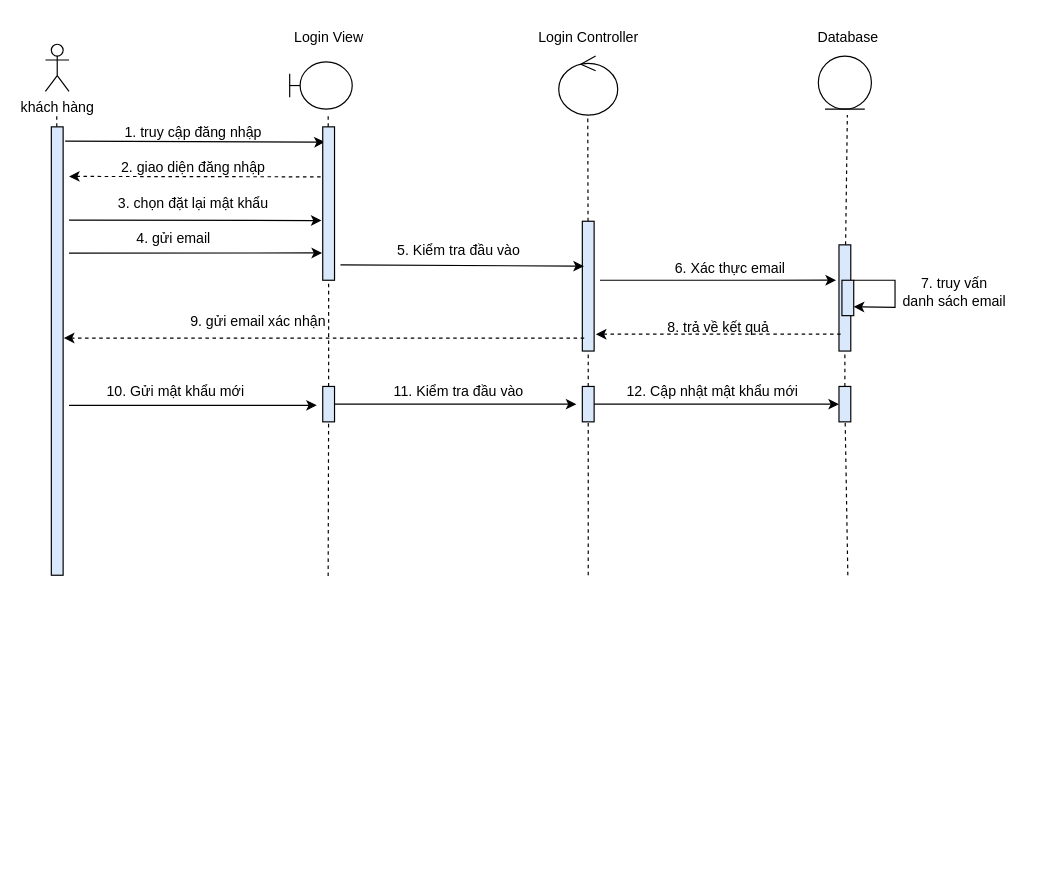
This is Nam3_HK1/CNPM_SoftTech/Sequence Diagrams/Quân Huỳnh/SD_QuênMậtKhẩu.drawio from EdgarIgnite16/SGU-Course, a draw.io file, before an edit. Source tidied: cells renumbered, new cells numbered last; positions are measured from the earlier drawing's top-left corner, leaving out a move shared by most shapes. Both pictures are drawn from the tidied source at 118%, with x=0, y=0 at pixel (45, 20).
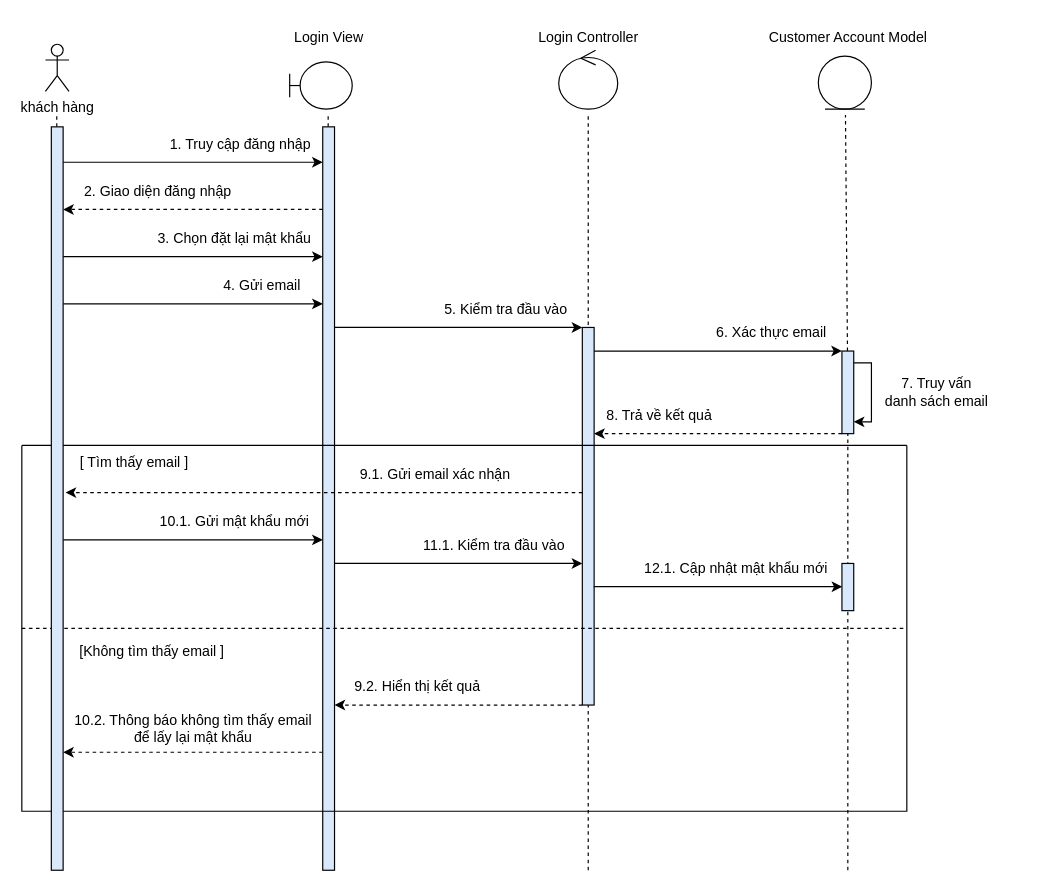
The same page after the edit.

The edit, as a diff of the source:
```diff
@@
-    <mxCell id="2" style="endArrow=none;dashed=1;html=1;rounded=0;startArrow=none;" parent="1" edge="1" target="22">
-      <mxGeometry relative="1" as="geometry">
-        <mxPoint x="240" y="280" as="sourcePoint" />
-      </mxGeometry>
-    </mxCell>
@@
-    <mxCell id="6" style="endArrow=none;dashed=1;html=1;rounded=0;startArrow=none;" parent="1" edge="1" source="11">
+    <mxCell id="6" style="endArrow=none;dashed=1;html=1;rounded=0;startArrow=none;" parent="1" edge="1">
       <mxGeometry relative="1" as="geometry">
-        <mxPoint x="459.6" y="79.3" as="targetPoint" />
+        <mxPoint x="460" y="720" as="sourcePoint" />
+        <mxPoint x="460" y="80" as="targetPoint" />
       </mxGeometry>
     </mxCell>
     <mxCell id="7" style="endArrow=none;dashed=1;html=1;rounded=0;startArrow=none;" parent="1" edge="1" source="14">
       <mxGeometry relative="1" as="geometry">
-        <mxPoint x="679.6" y="80" as="targetPoint" />
+        <mxPoint x="678" y="80" as="targetPoint" />
       </mxGeometry>
     </mxCell>
-    <mxCell id="8" style="rounded=0;whiteSpace=wrap;html=1;fillColor=#DAE8FC;" parent="1" vertex="1">
-      <mxGeometry x="5" y="90" width="10" height="380" as="geometry" />
-    </mxCell>
-    <mxCell id="9" style="endArrow=classic;html=1;rounded=0;entryX=0.176;entryY=0.098;entryDx=0;entryDy=0;entryPerimeter=0;exitX=1.173;exitY=0.032;exitDx=0;exitDy=0;exitPerimeter=0;" parent="1" edge="1" source="8" target="22">
-      <mxGeometry relative="1" as="geometry">
-        <Array as="points">
-          <mxPoint x="230" y="103" />
-        </Array>
-      </mxGeometry>
-    </mxCell>
-    <mxCell id="10" value="1. truy cập đăng nhập" style="text;html=1;align=center;verticalAlign=middle;strokeColor=none;fillColor=none;" parent="1" vertex="1">
-      <mxGeometry x="55" y="80" width="140" height="30" as="geometry" />
+    <mxCell id="10" value="1. Truy cập đăng nhập" style="text;html=1;align=center;verticalAlign=middle;strokeColor=none;fillColor=none;" parent="1" vertex="1">
+      <mxGeometry x="95" y="90" width="140" height="30" as="geometry" />
     </mxCell>
+    <mxCell id="52" style="edgeStyle=orthogonalEdgeStyle;rounded=0;jettySize=auto;html=1;" parent="1" edge="1" source="11" target="14">
+      <mxGeometry relative="1" as="geometry">
+        <Array as="points">
+          <mxPoint x="570" y="280" />
+          <mxPoint x="570" y="280" />
+        </Array>
+      </mxGeometry>
+    </mxCell>
+    <mxCell id="53" style="edgeStyle=orthogonalEdgeStyle;rounded=0;jettySize=auto;html=1;dashed=1;" parent="1" edge="1" source="11" target="22">
+      <mxGeometry relative="1" as="geometry">
+        <Array as="points">
+          <mxPoint x="350" y="580" />
+          <mxPoint x="350" y="580" />
+        </Array>
+      </mxGeometry>
+    </mxCell>
     <mxCell id="11" style="rounded=0;whiteSpace=wrap;html=1;fillColor=#DAE8FC;" parent="1" vertex="1">
-      <mxGeometry x="455" y="170" width="10" height="110" as="geometry" />
+      <mxGeometry x="455" y="260" width="10" height="320" as="geometry" />
     </mxCell>
-    <mxCell id="12" style="endArrow=none;dashed=1;html=1;rounded=0;startArrow=none;" parent="1" edge="1" source="45" target="11">
-      <mxGeometry relative="1" as="geometry" />
-    </mxCell>
-    <mxCell id="13" style="endArrow=classic;html=1;rounded=0;entryX=0.135;entryY=0.346;entryDx=0;entryDy=0;entryPerimeter=0;" parent="1" edge="1" target="11">
-      <mxGeometry relative="1" as="geometry">
-        <mxPoint x="250" y="207" as="sourcePoint" />
-      </mxGeometry>
-    </mxCell>
+    <mxCell id="35" style="edgeStyle=orthogonalEdgeStyle;rounded=0;jettySize=auto;html=1;dashed=1;" parent="1" edge="1" source="14" target="11">
+      <mxGeometry relative="1" as="geometry">
+        <Array as="points">
+          <mxPoint x="510" y="350" />
+          <mxPoint x="510" y="350" />
+        </Array>
+      </mxGeometry>
+    </mxCell>
     <mxCell id="14" style="rounded=0;whiteSpace=wrap;html=1;fillColor=#DAE8FC;" parent="1" vertex="1">
-      <mxGeometry x="672.5" y="190" width="10" height="90" as="geometry" />
+      <mxGeometry x="675" y="280" width="10" height="70" as="geometry" />
     </mxCell>
-    <mxCell id="15" style="endArrow=none;dashed=1;html=1;rounded=0;startArrow=none;" parent="1" edge="1" source="48" target="14">
-      <mxGeometry relative="1" as="geometry" />
+    <mxCell id="15" style="endArrow=none;dashed=1;html=1;rounded=0;startArrow=none;entryX=0.5;entryY=1;entryDx=0;entryDy=0;" parent="1" edge="1" target="14">
+      <mxGeometry relative="1" as="geometry">
+        <mxPoint x="680" y="400" as="sourcePoint" />
+      </mxGeometry>
     </mxCell>
@@
     <mxCell id="19" style="ellipse;shape=umlControl;whiteSpace=wrap;html=1;" parent="1" vertex="1">
-      <mxGeometry x="435" y="30" width="50" height="50" as="geometry" />
+      <mxGeometry x="435" y="25" width="50" height="50" as="geometry" />
     </mxCell>
-    <mxCell id="20" value="Database" style="text;html=1;align=center;verticalAlign=middle;strokeColor=none;fillColor=none;" parent="1" vertex="1">
-      <mxGeometry x="645" width="70" height="30" as="geometry" />
+    <mxCell id="20" value="Customer Account Model" style="text;html=1;align=center;verticalAlign=middle;strokeColor=none;fillColor=none;" parent="1" vertex="1">
+      <mxGeometry x="600" width="160" height="30" as="geometry" />
     </mxCell>
@@
+    <mxCell id="54" style="edgeStyle=orthogonalEdgeStyle;rounded=0;jettySize=auto;html=1;" parent="1" edge="1" source="22" target="11">
+      <mxGeometry relative="1" as="geometry">
+        <Array as="points">
+          <mxPoint x="300" y="260" />
+          <mxPoint x="300" y="260" />
+        </Array>
+      </mxGeometry>
+    </mxCell>
+    <mxCell id="55" style="edgeStyle=orthogonalEdgeStyle;rounded=0;jettySize=auto;html=1;dashed=1;" parent="1" edge="1" source="22" target="8">
+      <mxGeometry relative="1" as="geometry">
+        <Array as="points">
+          <mxPoint x="80" y="160" />
+          <mxPoint x="80" y="160" />
+        </Array>
+      </mxGeometry>
+    </mxCell>
+    <mxCell id="56" style="edgeStyle=orthogonalEdgeStyle;rounded=0;jettySize=auto;html=1;" parent="1" edge="1" source="22" target="11">
+      <mxGeometry relative="1" as="geometry">
+        <Array as="points">
+          <mxPoint x="400" y="460" />
+          <mxPoint x="400" y="460" />
+        </Array>
+      </mxGeometry>
+    </mxCell>
+    <mxCell id="57" style="edgeStyle=orthogonalEdgeStyle;rounded=0;jettySize=auto;html=1;dashed=1;" parent="1" edge="1" source="22" target="8">
+      <mxGeometry relative="1" as="geometry">
+        <Array as="points">
+          <mxPoint x="120" y="620" />
+          <mxPoint x="120" y="620" />
+        </Array>
+      </mxGeometry>
+    </mxCell>
     <mxCell id="22" style="rounded=0;whiteSpace=wrap;html=1;fillColor=#DAE8FC;" parent="1" vertex="1">
-      <mxGeometry x="235" y="90" width="10" height="130" as="geometry" />
+      <mxGeometry x="235" y="90" width="10" height="630" as="geometry" />
     </mxCell>
-    <mxCell id="23" style="endArrow=classic;html=1;rounded=0;dashed=1;exitX=-0.177;exitY=0.326;exitDx=0;exitDy=0;exitPerimeter=0;" parent="1" edge="1" source="22">
-      <mxGeometry relative="1" as="geometry">
-        <mxPoint x="20" y="132" as="targetPoint" />
-      </mxGeometry>
-    </mxCell>
-    <mxCell id="24" value="2. giao diện đăng nhập" style="text;html=1;align=center;verticalAlign=middle;strokeColor=none;fillColor=none;" parent="1" vertex="1">
-      <mxGeometry x="50" y="110" width="150" height="30" as="geometry" />
+    <mxCell id="24" value="2. Giao diện đăng nhập" style="text;html=1;align=center;verticalAlign=middle;strokeColor=none;fillColor=none;" parent="1" vertex="1">
+      <mxGeometry x="20" y="130" width="150" height="30" as="geometry" />
     </mxCell>
-    <mxCell id="25" style="endArrow=classic;html=1;rounded=0;entryX=-0.103;entryY=0.611;entryDx=0;entryDy=0;entryPerimeter=0;" parent="1" edge="1" target="22">
-      <mxGeometry relative="1" as="geometry">
-        <mxPoint x="20" y="169" as="sourcePoint" />
-      </mxGeometry>
-    </mxCell>
-    <mxCell id="26" value="3. chọn đặt lại mật khẩu" style="text;html=1;align=center;verticalAlign=middle;strokeColor=none;fillColor=none;" parent="1" vertex="1">
-      <mxGeometry x="50" y="140" width="150" height="30" as="geometry" />
+    <mxCell id="26" value="3. Chọn đặt lại mật khẩu" style="text;html=1;align=center;verticalAlign=middle;strokeColor=none;fillColor=none;" parent="1" vertex="1">
+      <mxGeometry x="85" y="170" width="150" height="30" as="geometry" />
     </mxCell>
-    <mxCell id="27" style="endArrow=classic;html=1;rounded=0;entryX=-0.055;entryY=0.822;entryDx=0;entryDy=0;entryPerimeter=0;" parent="1" edge="1" target="22">
-      <mxGeometry relative="1" as="geometry">
-        <mxPoint x="20" y="197" as="sourcePoint" />
-      </mxGeometry>
-    </mxCell>
-    <mxCell id="28" value="4. gửi email&amp;nbsp;" style="text;html=1;align=center;verticalAlign=middle;strokeColor=none;fillColor=none;" parent="1" vertex="1">
-      <mxGeometry x="65" y="170" width="90" height="30" as="geometry" />
+    <mxCell id="28" value="4. Gửi email&amp;nbsp;" style="text;html=1;align=center;verticalAlign=middle;strokeColor=none;fillColor=none;" parent="1" vertex="1">
+      <mxGeometry x="140" y="210" width="90" height="30" as="geometry" />
     </mxCell>
     <mxCell id="29" value="5. Kiểm tra đầu vào" style="text;html=1;align=center;verticalAlign=middle;strokeColor=none;fillColor=none;" parent="1" vertex="1">
-      <mxGeometry x="285" y="180" width="130" height="30" as="geometry" />
+      <mxGeometry x="325" y="230" width="130" height="30" as="geometry" />
     </mxCell>
-    <mxCell id="30" style="endArrow=classic;html=1;rounded=0;entryX=-0.25;entryY=0.333;entryDx=0;entryDy=0;entryPerimeter=0;" parent="1" edge="1" target="14">
-      <mxGeometry relative="1" as="geometry">
-        <mxPoint x="470" y="220" as="sourcePoint" />
-      </mxGeometry>
-    </mxCell>
     <mxCell id="31" value="6. Xác thực email" style="text;html=1;align=center;verticalAlign=middle;strokeColor=none;fillColor=none;" parent="1" vertex="1">
-      <mxGeometry x="520" y="195" width="120" height="30" as="geometry" />
+      <mxGeometry x="555" y="250" width="120" height="30" as="geometry" />
     </mxCell>
-    <mxCell id="32" style="rounded=0;whiteSpace=wrap;html=1;fillColor=#DAE8FC;" parent="1" vertex="1">
-      <mxGeometry x="675" y="220" width="10" height="30" as="geometry" />
-    </mxCell>
-    <mxCell id="33" style="endArrow=classic;html=1;rounded=0;exitX=1;exitY=0;exitDx=0;exitDy=0;entryX=1;entryY=0.75;entryDx=0;entryDy=0;" parent="1" edge="1" source="32" target="32">
-      <mxGeometry relative="1" as="geometry">
-        <Array as="points">
-          <mxPoint x="720" y="220" />
-          <mxPoint x="720" y="243" />
-        </Array>
-      </mxGeometry>
-    </mxCell>
-    <mxCell id="34" value="7. truy vấn &lt;br&gt;danh sách email" style="text;html=1;align=center;verticalAlign=middle;strokeColor=none;fillColor=none;" parent="1" vertex="1">
-      <mxGeometry x="715" y="210" width="110" height="40" as="geometry" />
+    <mxCell id="34" value="7. Truy vấn &lt;br&gt;danh sách email" style="text;html=1;align=center;verticalAlign=middle;strokeColor=none;fillColor=none;" parent="1" vertex="1">
+      <mxGeometry x="700" y="295" width="110" height="40" as="geometry" />
     </mxCell>
-    <mxCell id="35" style="endArrow=classic;html=1;rounded=0;exitX=0.14;exitY=0.841;exitDx=0;exitDy=0;exitPerimeter=0;entryX=1.147;entryY=0.87;entryDx=0;entryDy=0;entryPerimeter=0;dashed=1;" parent="1" edge="1" source="14" target="11">
-      <mxGeometry relative="1" as="geometry" />
-    </mxCell>
-    <mxCell id="36" value="8. trả về kết quả" style="text;html=1;align=center;verticalAlign=middle;strokeColor=none;fillColor=none;" parent="1" vertex="1">
-      <mxGeometry x="515" y="245" width="110" height="30" as="geometry" />
+    <mxCell id="36" value="8. Trả về kết quả" style="text;html=1;align=center;verticalAlign=middle;strokeColor=none;fillColor=none;" parent="1" vertex="1">
+      <mxGeometry x="465" y="320" width="110" height="30" as="geometry" />
     </mxCell>
-    <mxCell id="37" style="endArrow=none;dashed=1;html=1;rounded=0;startArrow=none;" parent="1" edge="1" source="40">
-      <mxGeometry relative="1" as="geometry">
-        <mxPoint x="240" y="280" as="targetPoint" />
-      </mxGeometry>
-    </mxCell>
-    <mxCell id="38" style="endArrow=classic;html=1;rounded=0;dashed=1;exitX=0.158;exitY=0.9;exitDx=0;exitDy=0;exitPerimeter=0;entryX=1.062;entryY=0.471;entryDx=0;entryDy=0;entryPerimeter=0;" parent="1" edge="1" source="11" target="8">
-      <mxGeometry relative="1" as="geometry" />
-    </mxCell>
+    <mxCell id="49" style="endArrow=none;dashed=1;html=1;rounded=0;startArrow=none;" parent="1" edge="1">
+      <mxGeometry relative="1" as="geometry">
+        <mxPoint x="680" y="720" as="sourcePoint" />
+        <mxPoint x="680" y="400" as="targetPoint" />
+      </mxGeometry>
+    </mxCell>
+    <mxCell id="58" style="swimlane;startSize=0;" parent="1" vertex="1">
+      <mxGeometry x="-20" y="360" width="750" height="310" as="geometry" />
+    </mxCell>
+    <mxCell id="59" value="[ Tìm thấy email ]" style="text;html=1;align=center;verticalAlign=middle;strokeColor=none;fillColor=none;" parent="58" vertex="1">
+      <mxGeometry x="35" width="120" height="30" as="geometry" />
+    </mxCell>
+    <mxCell id="60" value="[Không tìm thấy email ]" style="text;html=1;align=center;verticalAlign=middle;strokeColor=none;fillColor=none;" parent="58" vertex="1">
+      <mxGeometry x="35" y="160" width="150" height="30" as="geometry" />
+    </mxCell>
+    <mxCell id="61" style="rounded=0;whiteSpace=wrap;html=1;fillColor=#DAE8FC;" parent="58" vertex="1">
+      <mxGeometry x="695" y="100" width="10" height="40" as="geometry" />
+    </mxCell>
-    <mxCell id="39" value="9. gửi email xác nhận" style="text;html=1;align=center;verticalAlign=middle;strokeColor=none;fillColor=none;" parent="1" vertex="1">
-      <mxGeometry x="110" y="240" width="140" height="30" as="geometry" />
+    <mxCell id="39" value="9.1. Gửi email xác nhận" style="text;html=1;align=center;verticalAlign=middle;strokeColor=none;fillColor=none;" parent="58" vertex="1">
+      <mxGeometry x="275" y="10" width="150" height="30" as="geometry" />
     </mxCell>
-    <mxCell id="40" style="rounded=0;whiteSpace=wrap;html=1;fillColor=#DAE8FC;" parent="1" vertex="1">
-      <mxGeometry x="235" y="310" width="10" height="30" as="geometry" />
-    </mxCell>
-    <mxCell id="41" style="endArrow=none;dashed=1;html=1;rounded=0;" parent="1" edge="1" target="40">
-      <mxGeometry relative="1" as="geometry">
-        <mxPoint x="239.6" y="470.7" as="sourcePoint" />
-      </mxGeometry>
-    </mxCell>
-    <mxCell id="42" style="endArrow=classic;html=1;rounded=0;" parent="1" edge="1">
-      <mxGeometry relative="1" as="geometry">
-        <mxPoint x="20" y="326" as="sourcePoint" />
-        <mxPoint x="230" y="326" as="targetPoint" />
-      </mxGeometry>
-    </mxCell>
-    <mxCell id="43" value="10. Gửi mật khẩu mới" style="text;html=1;align=center;verticalAlign=middle;strokeColor=none;fillColor=none;" parent="1" vertex="1">
-      <mxGeometry x="40" y="300" width="140" height="30" as="geometry" />
+    <mxCell id="43" value="10.1. Gửi mật khẩu mới" style="text;html=1;align=center;verticalAlign=middle;strokeColor=none;fillColor=none;" parent="58" vertex="1">
+      <mxGeometry x="105" y="50" width="150" height="30" as="geometry" />
     </mxCell>
-    <mxCell id="44" style="endArrow=classic;html=1;rounded=0;exitX=1;exitY=0.5;exitDx=0;exitDy=0;" parent="1" edge="1" source="40">
-      <mxGeometry relative="1" as="geometry">
-        <mxPoint x="450" y="325" as="targetPoint" />
-      </mxGeometry>
-    </mxCell>
-    <mxCell id="45" style="rounded=0;whiteSpace=wrap;html=1;fillColor=#DAE8FC;" parent="1" vertex="1">
-      <mxGeometry x="455" y="310" width="10" height="30" as="geometry" />
-    </mxCell>
-    <mxCell id="46" style="endArrow=none;dashed=1;html=1;rounded=0;startArrow=none;" parent="1" edge="1" target="45">
-      <mxGeometry relative="1" as="geometry">
-        <mxPoint x="460" y="470" as="sourcePoint" />
-      </mxGeometry>
-    </mxCell>
-    <mxCell id="47" value="11. Kiểm tra đầu vào" style="text;html=1;align=center;verticalAlign=middle;strokeColor=none;fillColor=none;" parent="1" vertex="1">
-      <mxGeometry x="285" y="300" width="130" height="30" as="geometry" />
+    <mxCell id="47" value="11.1. Kiểm tra đầu vào" style="text;html=1;align=center;verticalAlign=middle;strokeColor=none;fillColor=none;" parent="58" vertex="1">
+      <mxGeometry x="330" y="70" width="140" height="30" as="geometry" />
     </mxCell>
-    <mxCell id="48" style="rounded=0;whiteSpace=wrap;html=1;fillColor=#DAE8FC;" parent="1" vertex="1">
-      <mxGeometry x="672.5" y="310" width="10" height="30" as="geometry" />
-    </mxCell>
-    <mxCell id="49" style="endArrow=none;dashed=1;html=1;rounded=0;startArrow=none;" parent="1" edge="1" target="48">
-      <mxGeometry relative="1" as="geometry">
-        <mxPoint x="680" y="470" as="sourcePoint" />
-      </mxGeometry>
-    </mxCell>
-    <mxCell id="50" style="endArrow=classic;html=1;rounded=0;exitX=1;exitY=0.5;exitDx=0;exitDy=0;entryX=0;entryY=0.5;entryDx=0;entryDy=0;" parent="1" edge="1" source="45" target="48">
-      <mxGeometry relative="1" as="geometry" />
+    <mxCell id="50" style="endArrow=classic;html=1;rounded=0;exitX=1;exitY=0.5;exitDx=0;exitDy=0;entryX=0;entryY=0.5;entryDx=0;entryDy=0;" parent="58" edge="1">
+      <mxGeometry relative="1" as="geometry">
+        <mxPoint x="484.7" y="119.7" as="sourcePoint" />
+        <mxPoint x="695.3" y="119.7" as="targetPoint" />
+      </mxGeometry>
     </mxCell>
-    <mxCell id="51" value="12. Cập nhật mật khẩu mới" style="text;html=1;align=center;verticalAlign=middle;strokeColor=none;fillColor=none;" parent="1" vertex="1">
-      <mxGeometry x="480" y="300" width="170" height="30" as="geometry" />
+    <mxCell id="51" value="12.1. Cập nhật mật khẩu mới" style="text;html=1;align=center;verticalAlign=middle;strokeColor=none;fillColor=none;" parent="58" vertex="1">
+      <mxGeometry x="515" y="90" width="180" height="30" as="geometry" />
     </mxCell>
+    <mxCell id="62" value="9.2. Hiển thị kết quả" style="text;html=1;align=center;verticalAlign=middle;strokeColor=none;fillColor=none;" parent="58" vertex="1">
+      <mxGeometry x="270" y="190" width="130" height="30" as="geometry" />
+    </mxCell>
+    <mxCell id="63" value="10.2. Thông báo không tìm thấy email &lt;br&gt;để lấy lại mật khẩu" style="text;html=1;align=center;verticalAlign=middle;strokeColor=none;fillColor=none;" parent="58" vertex="1">
+      <mxGeometry x="35" y="220" width="220" height="40" as="geometry" />
+    </mxCell>
+    <mxCell id="64" style="endArrow=none;dashed=1;html=1;rounded=0;exitX=0;exitY=0.5;exitDx=0;exitDy=0;entryX=1;entryY=0.5;entryDx=0;entryDy=0;" parent="1" edge="1" source="58" target="58">
+      <mxGeometry relative="1" as="geometry" />
+    </mxCell>
+    <mxCell id="65" style="edgeStyle=orthogonalEdgeStyle;rounded=0;jettySize=auto;html=1;" parent="1" edge="1" source="8" target="22">
+      <mxGeometry relative="1" as="geometry">
+        <Array as="points">
+          <mxPoint x="120" y="120" />
+          <mxPoint x="120" y="120" />
+        </Array>
+      </mxGeometry>
+    </mxCell>
+    <mxCell id="66" style="edgeStyle=orthogonalEdgeStyle;rounded=0;jettySize=auto;html=1;" parent="1" edge="1" source="8" target="22">
+      <mxGeometry relative="1" as="geometry">
+        <Array as="points">
+          <mxPoint x="140" y="200" />
+          <mxPoint x="140" y="200" />
+        </Array>
+      </mxGeometry>
+    </mxCell>
+    <mxCell id="67" style="edgeStyle=orthogonalEdgeStyle;rounded=0;jettySize=auto;html=1;" parent="1" edge="1" source="8" target="22">
+      <mxGeometry relative="1" as="geometry">
+        <Array as="points">
+          <mxPoint x="160" y="240" />
+          <mxPoint x="160" y="240" />
+        </Array>
+      </mxGeometry>
+    </mxCell>
+    <mxCell id="68" style="edgeStyle=orthogonalEdgeStyle;rounded=0;jettySize=auto;html=1;" parent="1" edge="1" source="8" target="22">
+      <mxGeometry relative="1" as="geometry">
+        <Array as="points">
+          <mxPoint x="180" y="440" />
+          <mxPoint x="180" y="440" />
+        </Array>
+      </mxGeometry>
+    </mxCell>
+    <mxCell id="8" style="rounded=0;whiteSpace=wrap;html=1;fillColor=#DAE8FC;" parent="1" vertex="1">
+      <mxGeometry x="5" y="90" width="10" height="630" as="geometry" />
+    </mxCell>
+    <mxCell id="69" style="endArrow=classic;html=1;rounded=0;dashed=1;exitX=0;exitY=0.5;exitDx=0;exitDy=0;entryX=1.207;entryY=0.492;entryDx=0;entryDy=0;entryPerimeter=0;" parent="1" edge="1" target="8">
+      <mxGeometry relative="1" as="geometry">
+        <mxPoint x="455" y="400" as="sourcePoint" />
+      </mxGeometry>
+    </mxCell>
+    <mxCell id="70" style="edgeStyle=orthogonalEdgeStyle;rounded=0;orthogonalLoop=1;jettySize=auto;html=1;" parent="1" edge="1" source="14" target="14">
+      <mxGeometry relative="1" as="geometry">
+        <Array as="points">
+          <mxPoint x="700" y="290" />
+        </Array>
+      </mxGeometry>
+    </mxCell>
```
